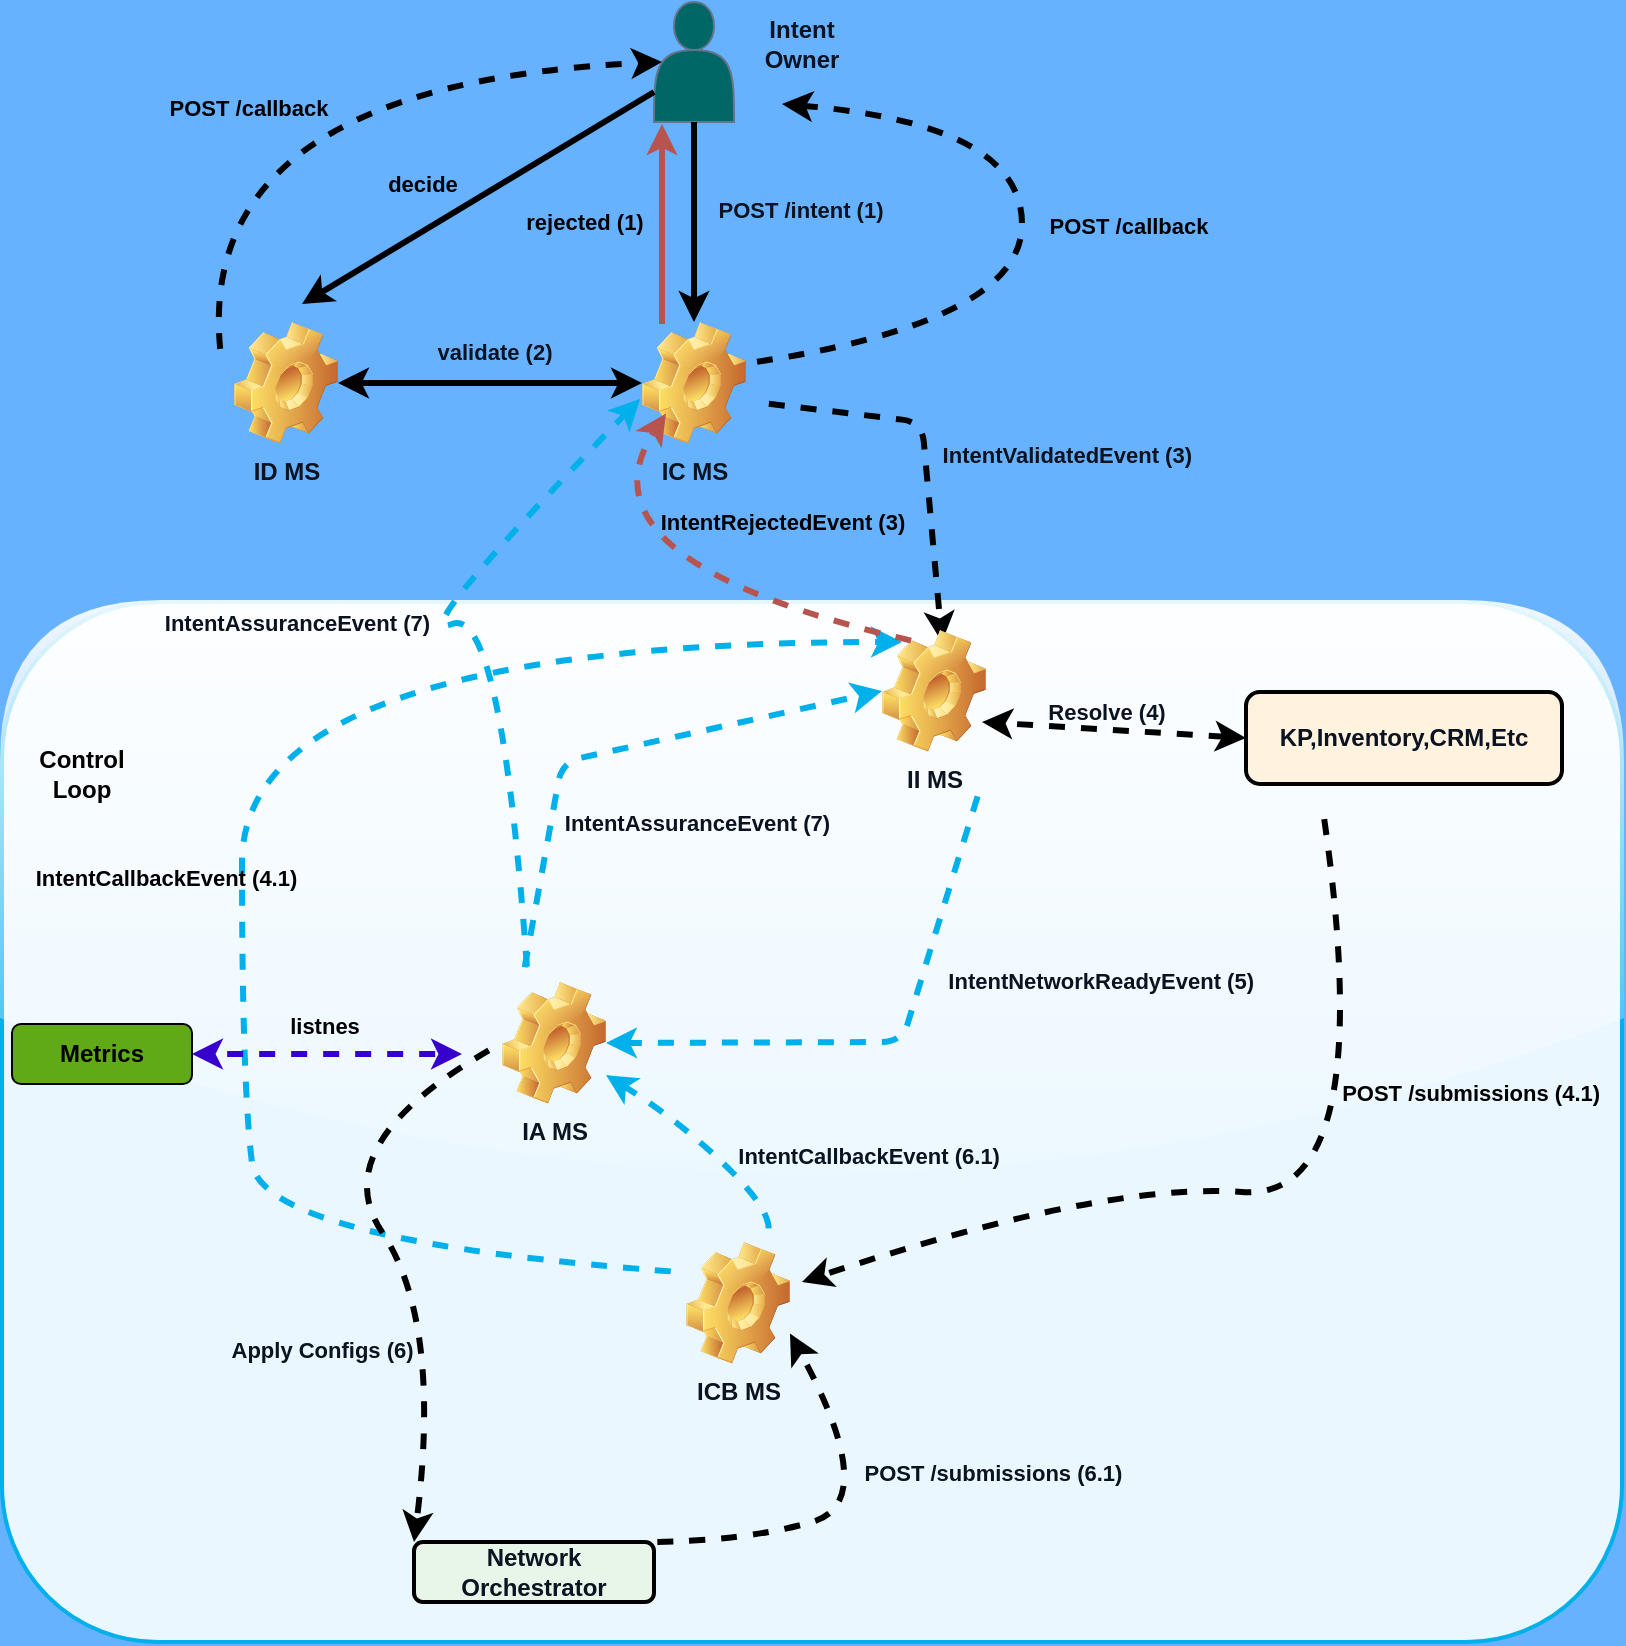
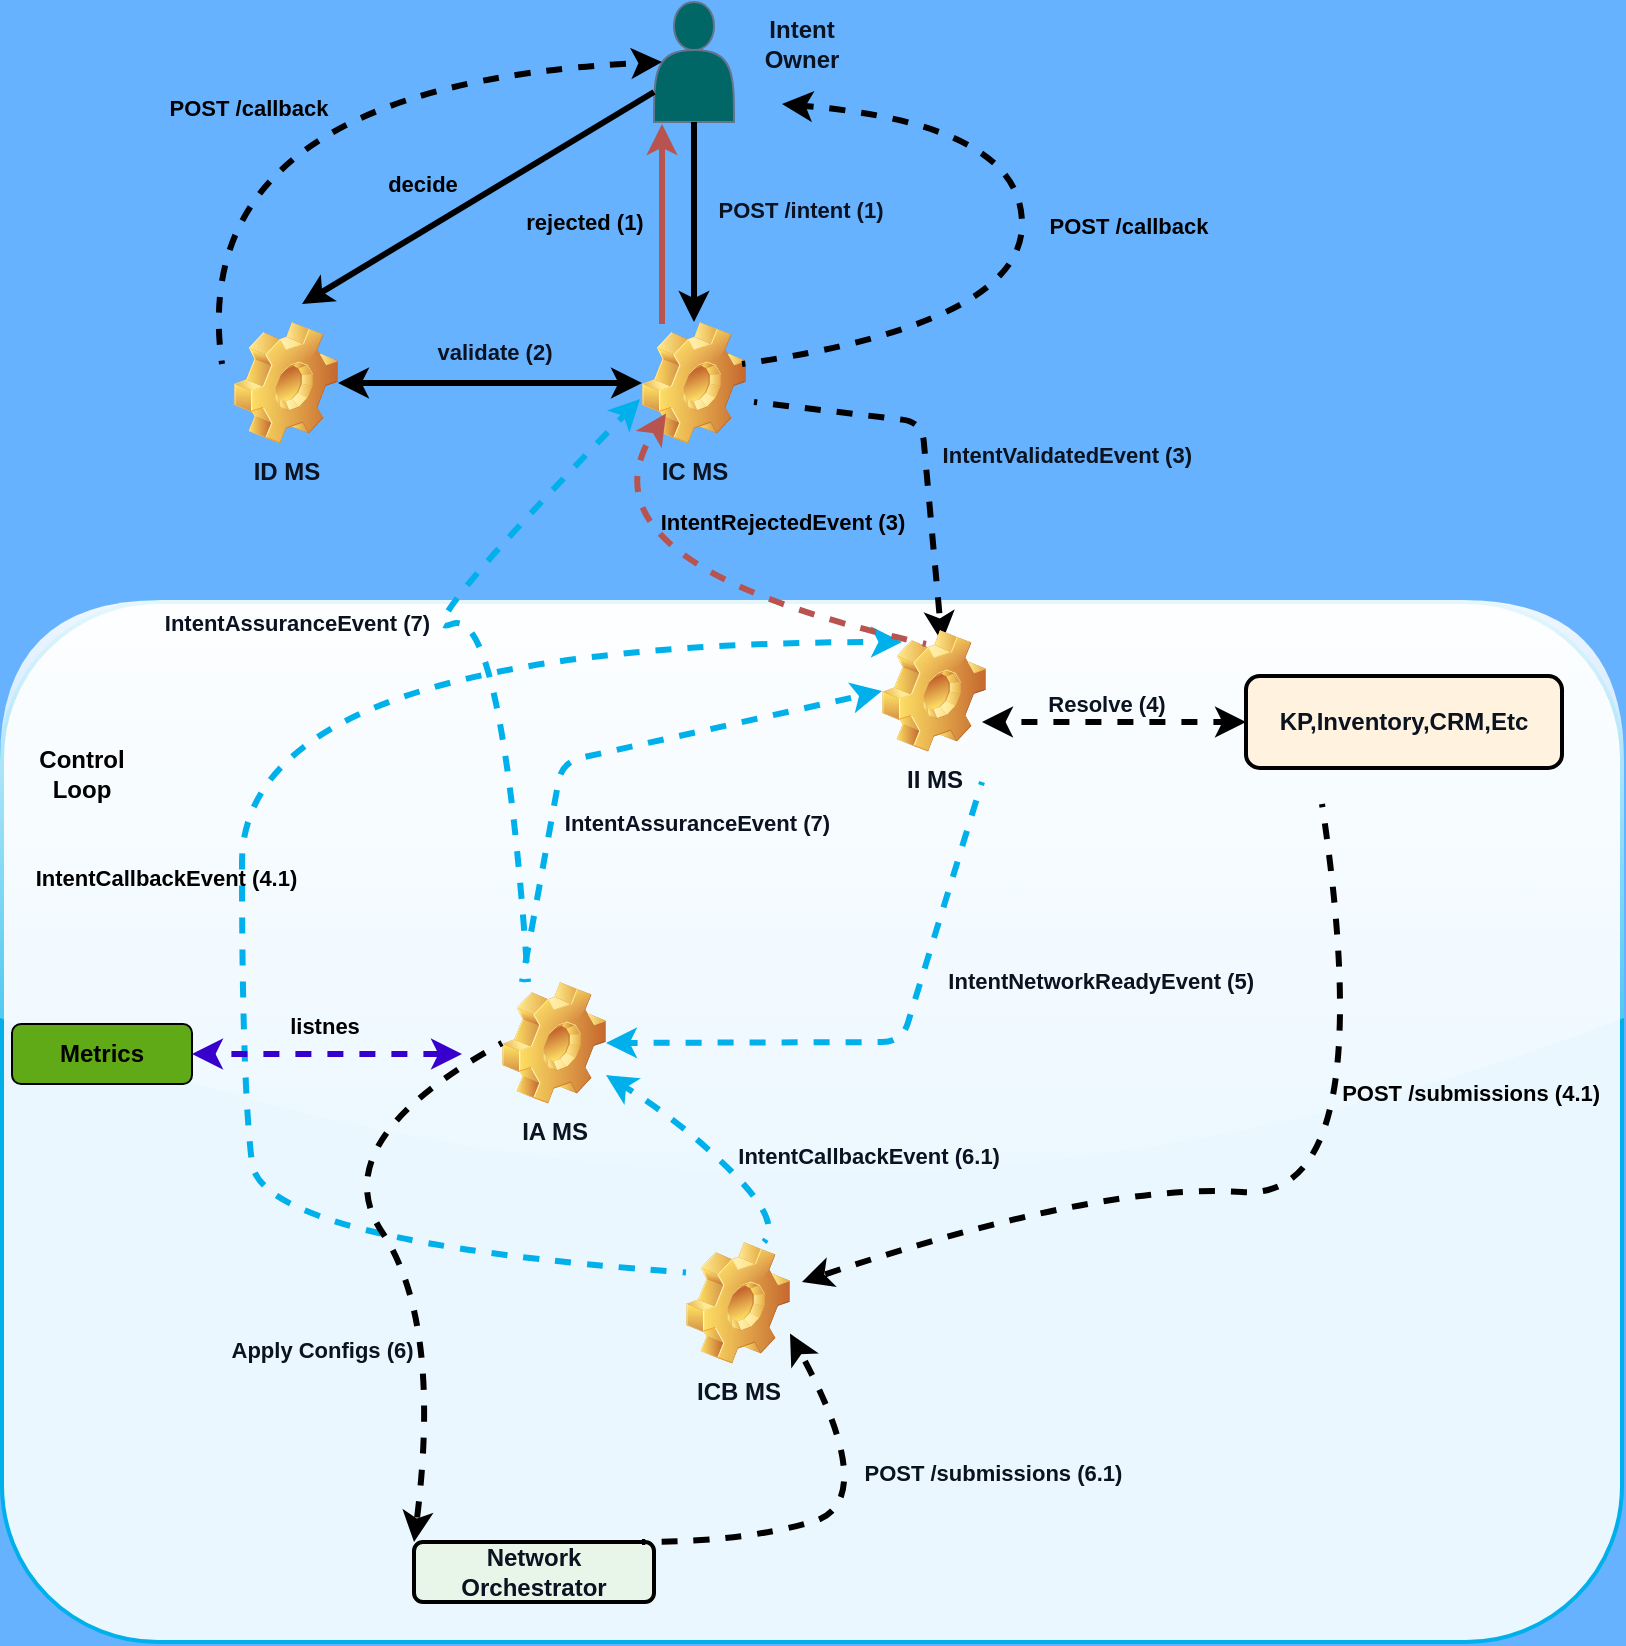
<mxfile host="65bd71144e">
    <diagram id="hkdiFI0e61aXNWWX01rr" name="Page-1">
        <mxGraphModel dx="678" dy="638" grid="1" gridSize="10" guides="1" tooltips="1" connect="1" arrows="1" fold="1" page="1" pageScale="1" pageWidth="827" pageHeight="1169" background="#66B2FF" math="0" shadow="0">
            <root>
                <mxCell id="0"/>
                <mxCell id="1" parent="0"/>
                <mxCell id="44" value="" style="rounded=1;whiteSpace=wrap;html=1;strokeWidth=2;glass=1;shadow=0;fillStyle=auto;fillColor=#EAF7FF;fontColor=#0B1220;strokeColor=#00B0EB;" parent="1" vertex="1">
                    <mxGeometry x="10" y="449" width="810" height="520" as="geometry"/>
                </mxCell>
                <mxCell id="2" value="IA MS" style="shape=image;html=1;verticalLabelPosition=bottom;verticalAlign=top;imageAspect=1;aspect=fixed;image=img/clipart/Gear_128x128.png;container=0;fontStyle=1;fillColor=#E6F7FF;strokeColor=#00B0EB;fontColor=#0B1220;strokeWidth=2;shadow=0;" parent="1" vertex="1">
                    <mxGeometry x="260" y="639" width="52" height="61" as="geometry"/>
                </mxCell>
                <mxCell id="7" value="" style="endArrow=classic;html=1;shadow=0;flowAnimation=1;strokeWidth=3;strokeColor=#00B0EB;entryX=0;entryY=0.5;entryDx=0;entryDy=0;jumpStyle=arc;fontColor=#0B1220;" parent="1" target="28" edge="1">
                    <mxGeometry width="50" height="50" relative="1" as="geometry">
                        <mxPoint x="270" y="639" as="sourcePoint"/>
                        <mxPoint x="430" y="489" as="targetPoint"/>
                        <Array as="points">
                            <mxPoint x="290" y="529"/>
                        </Array>
                    </mxGeometry>
                </mxCell>
                <mxCell id="9" value="IntentNetworkReadyEvent (5)" style="edgeLabel;align=center;verticalAlign=middle;resizable=0;points=[];container=0;fontColor=#0B1220;labelBackgroundColor=none;fontStyle=1;fillColor=#E8F5E9;strokeColor=#2E7D32;strokeWidth=2;shadow=0;" parent="7" vertex="1" connectable="0">
                    <mxGeometry x="0.0249" y="3" relative="1" as="geometry">
                        <mxPoint x="241" y="118" as="offset"/>
                    </mxGeometry>
                </mxCell>
                <mxCell id="8" value="" style="endArrow=classic;html=1;entryX=1;entryY=0.5;entryDx=0;entryDy=0;exitX=1;exitY=1;exitDx=0;exitDy=0;flowAnimation=1;jumpStyle=arc;strokeWidth=3;strokeColor=#00B0EB;fontColor=#0B1220;" parent="1" target="2" edge="1">
                    <mxGeometry width="50" height="50" relative="1" as="geometry">
                        <mxPoint x="500" y="539" as="sourcePoint"/>
                        <mxPoint x="470" y="719" as="targetPoint"/>
                        <Array as="points">
                            <mxPoint x="460" y="669"/>
                        </Array>
                    </mxGeometry>
                </mxCell>
                <mxCell id="10" value="IntentAssuranceEvent (7)" style="edgeLabel;align=center;verticalAlign=middle;resizable=0;points=[];container=0;labelBackgroundColor=none;fontStyle=1;fillColor=#FFEBEE;strokeColor=#C62828;fontColor=#0B1220;strokeWidth=2;shadow=0;" parent="8" vertex="1" connectable="0">
                    <mxGeometry x="-0.196" relative="1" as="geometry">
                        <mxPoint x="-109" y="-89" as="offset"/>
                    </mxGeometry>
                </mxCell>
                <mxCell id="12" value="IC MS" style="shape=image;html=1;verticalLabelPosition=bottom;verticalAlign=top;imageAspect=1;aspect=fixed;image=img/clipart/Gear_128x128.png;fontStyle=1;fillColor=#E6F7FF;strokeColor=#00B0EB;fontColor=#0B1220;strokeWidth=2;shadow=0;" parent="1" vertex="1">
                    <mxGeometry x="330" y="309" width="52" height="61" as="geometry"/>
                </mxCell>
                <mxCell id="13" value="" style="shape=actor;whiteSpace=wrap;html=1;fillColor=#006666;strokeColor=#64748B;fontColor=#0B1220;shadow=0;" parent="1" vertex="1">
                    <mxGeometry x="336" y="149" width="40" height="60" as="geometry"/>
                </mxCell>
                <mxCell id="14" value="" style="endArrow=classic;html=1;exitX=0.5;exitY=1;exitDx=0;exitDy=0;strokeWidth=3;flowAnimation=0;strokeColor=default;fontColor=#0B1220;" parent="1" source="13" target="12" edge="1">
                    <mxGeometry width="50" height="50" relative="1" as="geometry">
                        <mxPoint x="430" y="379" as="sourcePoint"/>
                        <mxPoint x="480" y="329" as="targetPoint"/>
                    </mxGeometry>
                </mxCell>
                <mxCell id="17" value="POST /intent (1)" style="edgeLabel;html=1;align=center;verticalAlign=middle;resizable=0;points=[];fontColor=#0B1220;fontStyle=1;labelBackgroundColor=none;strokeColor=#64748B;shadow=0;" parent="14" vertex="1" connectable="0">
                    <mxGeometry x="-0.13" relative="1" as="geometry">
                        <mxPoint x="53" as="offset"/>
                    </mxGeometry>
                </mxCell>
                <mxCell id="15" value="ICB MS" style="shape=image;html=1;verticalLabelPosition=bottom;verticalAlign=top;imageAspect=1;aspect=fixed;image=img/clipart/Gear_128x128.png;fontStyle=1;fillColor=#FFF3E0;strokeColor=#F57C00;fontColor=#0B1220;strokeWidth=2;shadow=0;" parent="1" vertex="1">
                    <mxGeometry x="352" y="769" width="52" height="61" as="geometry"/>
                </mxCell>
                <mxCell id="16" value="" style="endArrow=classic;html=1;exitX=0.5;exitY=1;exitDx=0;exitDy=0;strokeWidth=3;flowAnimation=1;jumpStyle=arc;strokeColor=default;fontColor=#0B1220;" parent="1" edge="1">
                    <mxGeometry width="50" height="50" relative="1" as="geometry">
                        <mxPoint x="386" y="349" as="sourcePoint"/>
                        <mxPoint x="480" y="469" as="targetPoint"/>
                        <Array as="points">
                            <mxPoint x="470" y="359"/>
                        </Array>
                    </mxGeometry>
                </mxCell>
                <mxCell id="18" value="IntentValidatedEvent (3)" style="edgeLabel;align=center;verticalAlign=middle;resizable=0;points=[];fontColor=#0B1220;fontStyle=1;labelBackgroundColor=none;strokeColor=#64748B;shadow=0;" parent="16" vertex="1" connectable="0">
                    <mxGeometry x="0.0229" y="-3" relative="1" as="geometry">
                        <mxPoint x="74" as="offset"/>
                    </mxGeometry>
                </mxCell>
                <mxCell id="21" value="Network Orchestrator" style="rounded=1;whiteSpace=wrap;html=1;fillColor=#E8F5E9;fontColor=#0B1220;strokeColor=default;fontStyle=1;strokeWidth=2;shadow=0;" parent="1" vertex="1">
                    <mxGeometry x="216" y="919" width="120" height="30" as="geometry"/>
                </mxCell>
                <mxCell id="22" value="Intent Owner" style="text;html=1;align=center;verticalAlign=middle;whiteSpace=wrap;rounded=0;fontStyle=1;fillColor=none;strokeColor=none;fontColor=#0B1220;strokeWidth=2;shadow=0;" parent="1" vertex="1">
                    <mxGeometry x="380" y="155" width="60" height="30" as="geometry"/>
                </mxCell>
                <mxCell id="23" value="KP,Inventory,CRM,Etc" style="rounded=1;whiteSpace=wrap;html=1;fillColor=#FFF3E0;fontColor=#0B1220;strokeColor=default;fontStyle=1;strokeWidth=2;shadow=0;" parent="1" vertex="1">
-                     <mxGeometry x="632" y="494" width="158" height="46" as="geometry"/>
+                     <mxGeometry x="632" y="486" width="158" height="46" as="geometry"/>
                </mxCell>
                <mxCell id="25" value="" style="endArrow=classic;startArrow=classic;html=1;exitX=1;exitY=0.5;exitDx=0;exitDy=0;entryX=0;entryY=0.5;entryDx=0;entryDy=0;endSize=6;strokeWidth=3;flowAnimation=1;strokeColor=default;fontColor=#0B1220;" parent="1" target="23" edge="1">
                    <mxGeometry width="50" height="50" relative="1" as="geometry">
                        <mxPoint x="500" y="509" as="sourcePoint"/>
                        <mxPoint x="590" y="519" as="targetPoint"/>
                    </mxGeometry>
                </mxCell>
                <mxCell id="34" value="Resolve (4)" style="edgeLabel;html=1;align=center;verticalAlign=middle;resizable=0;points=[];fontStyle=1;labelBackgroundColor=none;strokeColor=#64748B;fontColor=#0B1220;shadow=0;" parent="25" vertex="1" connectable="0">
                    <mxGeometry x="-0.0667" relative="1" as="geometry">
                        <mxPoint y="-9" as="offset"/>
                    </mxGeometry>
                </mxCell>
                <mxCell id="28" value="II MS" style="shape=image;html=1;verticalLabelPosition=bottom;verticalAlign=top;imageAspect=1;aspect=fixed;image=img/clipart/Gear_128x128.png;fontStyle=1;fillColor=#E6F7FF;strokeColor=#00B0EB;fontColor=#0B1220;strokeWidth=2;shadow=0;enumerate=0;treeMoving=0;" parent="1" vertex="1">
                    <mxGeometry x="450" y="463" width="52" height="61" as="geometry"/>
                </mxCell>
                <mxCell id="29" value="ID MS" style="shape=image;html=1;verticalLabelPosition=bottom;verticalAlign=top;imageAspect=1;aspect=fixed;image=img/clipart/Gear_128x128.png;fontStyle=1;fillColor=#E6F7FF;strokeColor=#00B0EB;fontColor=#0B1220;strokeWidth=2;shadow=0;" parent="1" vertex="1">
                    <mxGeometry x="126" y="309" width="52" height="61" as="geometry"/>
                </mxCell>
                <mxCell id="30" value="" style="endArrow=classic;startArrow=classic;html=1;exitX=1;exitY=0.5;exitDx=0;exitDy=0;entryX=0;entryY=0.5;entryDx=0;entryDy=0;strokeWidth=3;flowAnimation=0;strokeColor=default;fontColor=#0B1220;" parent="1" source="29" target="12" edge="1">
                    <mxGeometry width="50" height="50" relative="1" as="geometry">
                        <mxPoint x="280" y="469" as="sourcePoint"/>
                        <mxPoint x="330" y="419" as="targetPoint"/>
                    </mxGeometry>
                </mxCell>
                <mxCell id="31" value="validate (2)" style="edgeLabel;html=1;align=center;verticalAlign=middle;resizable=0;points=[];fontStyle=1;labelBackgroundColor=none;strokeColor=#64748B;fontColor=#0B1220;shadow=0;" parent="30" vertex="1" connectable="0">
                    <mxGeometry y="2" relative="1" as="geometry">
                        <mxPoint x="2" y="-14" as="offset"/>
                    </mxGeometry>
                </mxCell>
                <mxCell id="32" value="" style="curved=1;endArrow=classic;html=1;strokeWidth=3;flowAnimation=1;fillColor=#0050ef;strokeColor=default;fontColor=#0B1220;" parent="1" edge="1">
                    <mxGeometry width="50" height="50" relative="1" as="geometry">
                        <mxPoint x="670" y="550" as="sourcePoint"/>
                        <mxPoint x="410" y="789" as="targetPoint"/>
                        <Array as="points">
                            <mxPoint x="700" y="749"/>
                            <mxPoint x="560" y="739"/>
                        </Array>
                    </mxGeometry>
                </mxCell>
                <mxCell id="33" value="" style="curved=1;endArrow=classic;html=1;exitX=0;exitY=0.25;exitDx=0;exitDy=0;strokeWidth=3;flowAnimation=1;fillColor=#0050ef;strokeColor=#00B0EB;fontColor=#0B1220;" parent="1" source="15" edge="1">
                    <mxGeometry width="50" height="50" relative="1" as="geometry">
                        <mxPoint x="90" y="769" as="sourcePoint"/>
                        <mxPoint x="460" y="469" as="targetPoint"/>
                        <Array as="points">
                            <mxPoint x="140" y="769"/>
                            <mxPoint x="130" y="690"/>
                            <mxPoint x="130" y="469"/>
                        </Array>
                    </mxGeometry>
                </mxCell>
                <mxCell id="36" value="" style="curved=1;endArrow=classic;html=1;exitX=0;exitY=0.5;exitDx=0;exitDy=0;entryX=0;entryY=0;entryDx=0;entryDy=0;strokeWidth=3;fillColor=#e3c800;strokeColor=default;flowAnimation=1;fontColor=#0B1220;" parent="1" source="2" target="21" edge="1">
                    <mxGeometry width="50" height="50" relative="1" as="geometry">
                        <mxPoint x="230" y="859" as="sourcePoint"/>
                        <mxPoint x="280" y="809" as="targetPoint"/>
                        <Array as="points">
                            <mxPoint x="170" y="719"/>
                            <mxPoint x="230" y="809"/>
                        </Array>
                    </mxGeometry>
                </mxCell>
                <mxCell id="37" value="Apply Configs (6)" style="edgeLabel;align=center;verticalAlign=middle;resizable=0;points=[];labelBackgroundColor=none;fontColor=#0B1220;fontStyle=1;strokeColor=#64748B;shadow=0;" parent="36" vertex="1" connectable="0">
                    <mxGeometry x="0.2297" y="-7" relative="1" as="geometry">
                        <mxPoint x="-47" y="20" as="offset"/>
                    </mxGeometry>
                </mxCell>
                <mxCell id="38" value="" style="curved=1;endArrow=classic;html=1;entryX=1;entryY=0.75;entryDx=0;entryDy=0;fillColor=#e3c800;strokeColor=default;strokeWidth=3;flowAnimation=1;fontColor=#0B1220;" parent="1" target="15" edge="1">
                    <mxGeometry width="50" height="50" relative="1" as="geometry">
                        <mxPoint x="330" y="919" as="sourcePoint"/>
                        <mxPoint x="380" y="869" as="targetPoint"/>
                        <Array as="points">
                            <mxPoint x="380" y="919"/>
                            <mxPoint x="450" y="899"/>
                        </Array>
                    </mxGeometry>
                </mxCell>
                <mxCell id="39" value="POST /submissions (6.1)" style="edgeLabel;align=center;verticalAlign=middle;resizable=0;points=[];fontStyle=1;labelBackgroundColor=none;fontColor=#0B1220;strokeColor=#64748B;shadow=0;" parent="38" vertex="1" connectable="0">
                    <mxGeometry x="0.3261" y="9" relative="1" as="geometry">
                        <mxPoint x="74" as="offset"/>
                    </mxGeometry>
                </mxCell>
                <mxCell id="40" value="" style="curved=1;endArrow=classic;html=1;exitX=0.75;exitY=0;exitDx=0;exitDy=0;fillColor=#e3c800;strokeColor=#00B0EB;strokeWidth=3;flowAnimation=1;fontColor=#0B1220;" parent="1" source="15" target="2" edge="1">
                    <mxGeometry width="50" height="50" relative="1" as="geometry">
                        <mxPoint x="350" y="759" as="sourcePoint"/>
                        <mxPoint x="400" y="709" as="targetPoint"/>
                        <Array as="points">
                            <mxPoint x="400" y="759"/>
                            <mxPoint x="350" y="709"/>
                        </Array>
                    </mxGeometry>
                </mxCell>
                <mxCell id="41" value="IntentCallbackEvent (6.1)" style="edgeLabel;align=center;verticalAlign=middle;resizable=0;points=[];fontStyle=1;labelBackgroundColor=none;fontColor=#0B1220;strokeColor=#64748B;shadow=0;" parent="40" vertex="1" connectable="0">
                    <mxGeometry x="-0.0281" relative="1" as="geometry">
                        <mxPoint x="78" y="1" as="offset"/>
                    </mxGeometry>
                </mxCell>
                <mxCell id="46" value="" style="endArrow=classic;html=1;exitX=0;exitY=0.75;exitDx=0;exitDy=0;strokeWidth=3;" parent="1" source="13" edge="1">
                    <mxGeometry width="50" height="50" relative="1" as="geometry">
                        <mxPoint x="170" y="220" as="sourcePoint"/>
                        <mxPoint x="160" y="300" as="targetPoint"/>
                    </mxGeometry>
                </mxCell>
                <mxCell id="47" value="decide" style="edgeLabel;html=1;align=center;verticalAlign=middle;resizable=0;points=[];labelBackgroundColor=none;fontStyle=1" parent="46" vertex="1" connectable="0">
                    <mxGeometry x="-0.0222" y="1" relative="1" as="geometry">
                        <mxPoint x="-31" y="-7" as="offset"/>
                    </mxGeometry>
                </mxCell>
                <mxCell id="48" value="Metrics" style="rounded=1;whiteSpace=wrap;html=1;fillColor=#60a917;fontColor=default;strokeColor=default;fontStyle=1" parent="1" vertex="1">
                    <mxGeometry x="15" y="660" width="90" height="30" as="geometry"/>
                </mxCell>
                <mxCell id="49" value="" style="endArrow=classic;startArrow=classic;html=1;exitX=1;exitY=0.5;exitDx=0;exitDy=0;strokeWidth=3;flowAnimation=1;strokeColor=#3700CC;jumpStyle=arc;fillColor=#6a00ff;" parent="1" source="48" edge="1">
                    <mxGeometry width="50" height="50" relative="1" as="geometry">
                        <mxPoint x="150" y="720" as="sourcePoint"/>
                        <mxPoint x="240" y="675" as="targetPoint"/>
                    </mxGeometry>
                </mxCell>
                <mxCell id="55" value="listnes" style="edgeLabel;html=1;align=center;verticalAlign=middle;resizable=0;points=[];labelBackgroundColor=none;fontStyle=1" parent="49" vertex="1" connectable="0">
                    <mxGeometry x="-0.0462" y="4" relative="1" as="geometry">
                        <mxPoint x="1" y="-10" as="offset"/>
                    </mxGeometry>
                </mxCell>
                <mxCell id="50" value="IntentCallbackEvent (4.1)" style="edgeLabel;align=center;verticalAlign=middle;resizable=0;points=[];fontStyle=1;labelBackgroundColor=none;fontColor=default;" parent="1" vertex="1" connectable="0">
                    <mxGeometry x="220.0011238408634" y="585.0011238408631" as="geometry">
                        <mxPoint x="-128" y="1" as="offset"/>
                    </mxGeometry>
                </mxCell>
                <mxCell id="51" value="POST /submissions (4.1)" style="edgeLabel;align=center;verticalAlign=middle;resizable=0;points=[];fontStyle=1;labelBackgroundColor=none;fontColor=default;" parent="1" vertex="1" connectable="0">
                    <mxGeometry x="744.3029013611379" y="693.5364916215115" as="geometry"/>
                </mxCell>
                <mxCell id="54" value="Control Loop" style="text;html=1;align=center;verticalAlign=middle;whiteSpace=wrap;rounded=0;fontStyle=1" parent="1" vertex="1">
                    <mxGeometry x="20" y="520" width="60" height="30" as="geometry"/>
                </mxCell>
                <mxCell id="56" value="" style="endArrow=classic;html=1;rounded=0;jumpStyle=arc;curved=1;strokeWidth=3;shadow=0;flowAnimation=1;" parent="1" edge="1">
                    <mxGeometry width="50" height="50" relative="1" as="geometry">
                        <mxPoint x="380" y="330" as="sourcePoint"/>
                        <mxPoint x="400" y="200" as="targetPoint"/>
                        <Array as="points">
                            <mxPoint x="520" y="310"/>
                            <mxPoint x="520" y="210"/>
                        </Array>
                    </mxGeometry>
                </mxCell>
                <mxCell id="57" value="POST /callback" style="edgeLabel;html=1;align=center;verticalAlign=middle;resizable=0;points=[];labelBackgroundColor=none;fontStyle=1" parent="56" vertex="1" connectable="0">
                    <mxGeometry x="0.0525" y="1" relative="1" as="geometry">
                        <mxPoint x="54" as="offset"/>
                    </mxGeometry>
                </mxCell>
                <mxCell id="58" value="" style="endArrow=classic;html=1;rounded=0;entryX=0.1;entryY=0.5;entryDx=0;entryDy=0;entryPerimeter=0;curved=1;strokeWidth=3;flowAnimation=1;" parent="1" target="13" edge="1">
                    <mxGeometry width="50" height="50" relative="1" as="geometry">
                        <mxPoint x="120" y="330" as="sourcePoint"/>
                        <mxPoint x="130" y="210" as="targetPoint"/>
                        <Array as="points">
                            <mxPoint x="100" y="190"/>
                        </Array>
                    </mxGeometry>
                </mxCell>
                <mxCell id="59" value="POST /callback" style="edgeLabel;html=1;align=center;verticalAlign=middle;resizable=0;points=[];labelBackgroundColor=none;fontStyle=1" parent="1" vertex="1" connectable="0">
                    <mxGeometry x="133" y="201.4213562373095" as="geometry"/>
                </mxCell>
                <mxCell id="60" value="" style="endArrow=classic;html=1;rounded=0;strokeWidth=3;fillColor=#f8cecc;strokeColor=#b85450;" parent="1" edge="1">
                    <mxGeometry width="50" height="50" relative="1" as="geometry">
                        <mxPoint x="340" y="310" as="sourcePoint"/>
                        <mxPoint x="340" y="210" as="targetPoint"/>
                    </mxGeometry>
                </mxCell>
                <mxCell id="61" value="rejected (1)" style="edgeLabel;html=1;align=center;verticalAlign=middle;resizable=0;points=[];labelBackgroundColor=none;fontStyle=1" parent="60" vertex="1" connectable="0">
                    <mxGeometry x="0.0312" y="1" relative="1" as="geometry">
                        <mxPoint x="-38" as="offset"/>
                    </mxGeometry>
                </mxCell>
                <mxCell id="62" value="" style="endArrow=classic;html=1;rounded=0;entryX=0;entryY=0.75;entryDx=0;entryDy=0;strokeWidth=3;fillColor=#f8cecc;strokeColor=#b85450;flowAnimation=1;jumpStyle=arc;curved=1;" parent="1" edge="1">
                    <mxGeometry width="50" height="50" relative="1" as="geometry">
                        <mxPoint x="472" y="470" as="sourcePoint"/>
                        <mxPoint x="342" y="354.75" as="targetPoint"/>
                        <Array as="points">
                            <mxPoint x="292" y="430"/>
                        </Array>
                    </mxGeometry>
                </mxCell>
                <mxCell id="63" value="IntentRejectedEvent (3)" style="edgeLabel;html=1;align=center;verticalAlign=middle;resizable=0;points=[];labelBackgroundColor=none;fontStyle=1" parent="62" vertex="1" connectable="0">
                    <mxGeometry x="0.6388" y="-23" relative="1" as="geometry">
                        <mxPoint x="66" as="offset"/>
                    </mxGeometry>
                </mxCell>
                <mxCell id="69" value="" style="curved=1;endArrow=classic;html=1;exitX=0.25;exitY=0;exitDx=0;exitDy=0;entryX=-0.019;entryY=0.631;entryDx=0;entryDy=0;entryPerimeter=0;strokeWidth=3;flowAnimation=1;strokeColor=#00B0EB;" parent="1" source="2" target="12" edge="1">
                    <mxGeometry width="50" height="50" relative="1" as="geometry">
                        <mxPoint x="210" y="520" as="sourcePoint"/>
                        <mxPoint x="260" y="470" as="targetPoint"/>
                        <Array as="points">
                            <mxPoint x="260" y="450"/>
                            <mxPoint x="210" y="470"/>
                        </Array>
                    </mxGeometry>
                </mxCell>
                <mxCell id="70" value="IntentAssuranceEvent (7)" style="edgeLabel;align=center;verticalAlign=middle;resizable=0;points=[];container=0;labelBackgroundColor=none;fontStyle=1;fillColor=#FFEBEE;strokeColor=#C62828;fontColor=#0B1220;strokeWidth=2;shadow=0;" parent="1" vertex="1" connectable="0">
                    <mxGeometry x="157.4742132325223" y="458.9588069943022" as="geometry"/>
                </mxCell>
            </root>
        </mxGraphModel>
    </diagram>
</mxfile>